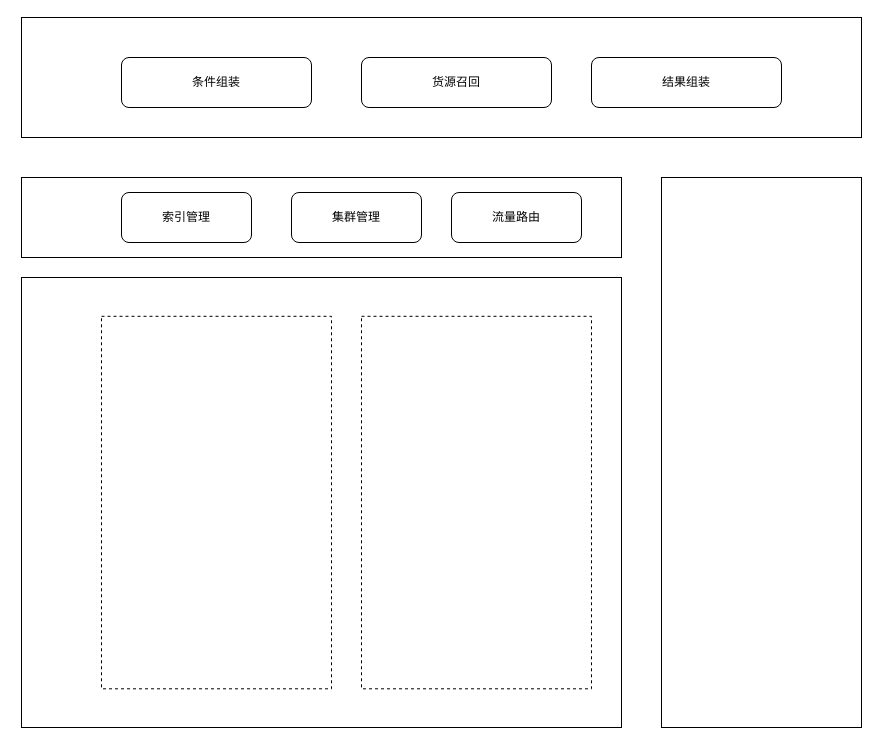
Before: page "第 2 页" (2 of 2) of drawio/ES架构.drawio in 1715277231/documents, a draw.io diagram. Source tidied: cells renumbered, new cells numbered last; positions are measured from the earlier drawing's top-left corner, leaving out a move shared by most shapes. Both pictures are drawn from the tidied source at 100%, with x=0, y=0 at pixel (21, 17).
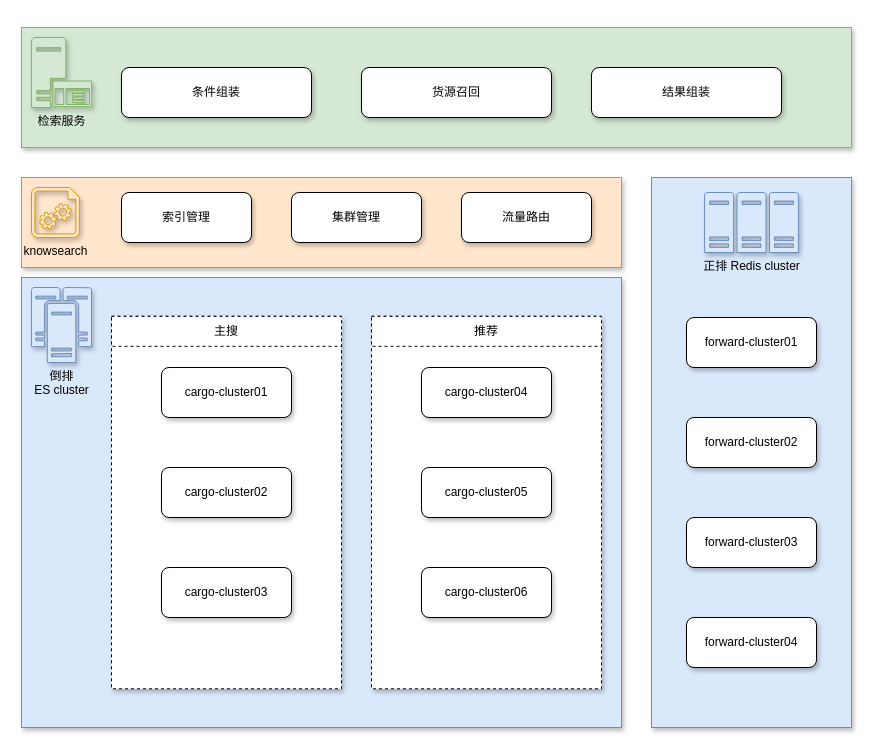
The same page after the edit.

Change to the diagram source:
```diff
@@
-    <mxCell id="2" style="rounded=0;whiteSpace=wrap;html=1;" parent="1" vertex="1">
-      <mxGeometry width="840" height="120" as="geometry" />
+    <mxCell id="2" style="rounded=0;whiteSpace=wrap;html=1;shadow=1;fillColor=#d5e8d4;strokeColor=#82b366;" parent="1" vertex="1">
+      <mxGeometry y="10" width="830" height="120" as="geometry" />
     </mxCell>
-    <mxCell id="3" style="rounded=0;whiteSpace=wrap;html=1;" parent="1" vertex="1">
+    <mxCell id="3" style="rounded=0;whiteSpace=wrap;html=1;shadow=1;fillColor=#dae8fc;strokeColor=#6c8ebf;" parent="1" vertex="1">
       <mxGeometry y="260" width="600" height="450" as="geometry" />
     </mxCell>
-    <mxCell id="4" style="rounded=0;whiteSpace=wrap;html=1;" parent="1" vertex="1">
-      <mxGeometry x="640" y="160" width="200" height="550" as="geometry" />
+    <mxCell id="4" style="rounded=0;whiteSpace=wrap;html=1;shadow=1;fillColor=#dae8fc;strokeColor=#6c8ebf;" parent="1" vertex="1">
+      <mxGeometry x="630" y="160" width="200" height="550" as="geometry" />
     </mxCell>
-    <mxCell id="5" style="rounded=0;whiteSpace=wrap;html=1;" parent="1" vertex="1">
-      <mxGeometry y="160" width="600" height="80" as="geometry" />
+    <mxCell id="5" style="rounded=0;whiteSpace=wrap;html=1;shadow=1;fillColor=#ffe6cc;strokeColor=#d79b00;" parent="1" vertex="1">
+      <mxGeometry y="160" width="600" height="90" as="geometry" />
     </mxCell>
-    <mxCell id="6" value="集群管理" style="rounded=1;whiteSpace=wrap;html=1;" parent="1" vertex="1">
+    <mxCell id="6" value="集群管理" style="rounded=1;whiteSpace=wrap;html=1;shadow=1;" parent="1" vertex="1">
       <mxGeometry x="270" y="175" width="130" height="50" as="geometry" />
     </mxCell>
-    <mxCell id="7" value="流量路由" style="rounded=1;whiteSpace=wrap;html=1;" parent="1" vertex="1">
-      <mxGeometry x="430" y="175" width="130" height="50" as="geometry" />
+    <mxCell id="7" value="流量路由" style="rounded=1;whiteSpace=wrap;html=1;shadow=1;" parent="1" vertex="1">
+      <mxGeometry x="440" y="175" width="130" height="50" as="geometry" />
     </mxCell>
-    <mxCell id="8" style="rounded=0;whiteSpace=wrap;html=1;dashed=1;" parent="1" vertex="1">
-      <mxGeometry x="80" y="298.8" width="230" height="372.5" as="geometry" />
+    <mxCell id="8" style="rounded=0;whiteSpace=wrap;html=1;dashed=1;shadow=1;" parent="1" vertex="1">
+      <mxGeometry x="90" y="298.8" width="230" height="372.5" as="geometry" />
     </mxCell>
-    <mxCell id="9" style="rounded=0;whiteSpace=wrap;html=1;dashed=1;" parent="1" vertex="1">
-      <mxGeometry x="340" y="298.8" width="230" height="372.5" as="geometry" />
+    <mxCell id="9" style="rounded=0;whiteSpace=wrap;html=1;dashed=1;shadow=1;" parent="1" vertex="1">
+      <mxGeometry x="350" y="298.8" width="230" height="372.5" as="geometry" />
     </mxCell>
-    <mxCell id="10" value="条件组装" style="rounded=1;whiteSpace=wrap;html=1;" parent="1" vertex="1">
-      <mxGeometry x="100" y="40" width="190" height="50" as="geometry" />
+    <mxCell id="10" value="条件组装" style="rounded=1;whiteSpace=wrap;html=1;shadow=1;" parent="1" vertex="1">
+      <mxGeometry x="100" y="50" width="190" height="50" as="geometry" />
     </mxCell>
-    <mxCell id="11" value="索引管理" style="rounded=1;whiteSpace=wrap;html=1;" parent="1" vertex="1">
+    <mxCell id="11" value="索引管理" style="rounded=1;whiteSpace=wrap;html=1;shadow=1;" parent="1" vertex="1">
       <mxGeometry x="100" y="175" width="130" height="50" as="geometry" />
     </mxCell>
-    <mxCell id="12" value="货源召回" style="rounded=1;whiteSpace=wrap;html=1;" parent="1" vertex="1">
-      <mxGeometry x="340" y="40" width="190" height="50" as="geometry" />
+    <mxCell id="12" value="货源召回" style="rounded=1;whiteSpace=wrap;html=1;shadow=1;" parent="1" vertex="1">
+      <mxGeometry x="340" y="50" width="190" height="50" as="geometry" />
     </mxCell>
-    <mxCell id="13" value="结果组装" style="rounded=1;whiteSpace=wrap;html=1;" parent="1" vertex="1">
-      <mxGeometry x="570" y="40" width="190" height="50" as="geometry" />
+    <mxCell id="13" value="结果组装" style="rounded=1;whiteSpace=wrap;html=1;shadow=1;" parent="1" vertex="1">
+      <mxGeometry x="570" y="50" width="190" height="50" as="geometry" />
     </mxCell>
+    <mxCell id="14" value="cargo-cluster01" style="rounded=1;whiteSpace=wrap;html=1;shadow=1;" parent="1" vertex="1">
+      <mxGeometry x="140" y="350" width="130" height="50" as="geometry" />
+    </mxCell>
+    <mxCell id="15" value="cargo-cluster02" style="rounded=1;whiteSpace=wrap;html=1;shadow=1;" parent="1" vertex="1">
+      <mxGeometry x="140" y="450" width="130" height="50" as="geometry" />
+    </mxCell>
+    <mxCell id="16" value="cargo-cluster03" style="rounded=1;whiteSpace=wrap;html=1;shadow=1;" parent="1" vertex="1">
+      <mxGeometry x="140" y="550" width="130" height="50" as="geometry" />
+    </mxCell>
+    <mxCell id="17" value="cargo-cluster04" style="rounded=1;whiteSpace=wrap;html=1;shadow=1;" parent="1" vertex="1">
+      <mxGeometry x="400" y="350" width="130" height="50" as="geometry" />
+    </mxCell>
+    <mxCell id="18" value="cargo-cluster05" style="rounded=1;whiteSpace=wrap;html=1;shadow=1;" parent="1" vertex="1">
+      <mxGeometry x="400" y="450" width="130" height="50" as="geometry" />
+    </mxCell>
+    <mxCell id="19" value="cargo-cluster06" style="rounded=1;whiteSpace=wrap;html=1;shadow=1;" parent="1" vertex="1">
+      <mxGeometry x="400" y="550" width="130" height="50" as="geometry" />
+    </mxCell>
+    <mxCell id="20" value="主搜" style="rounded=0;whiteSpace=wrap;html=1;dashed=1;shadow=0;glass=0;gradientColor=none;" parent="1" vertex="1">
+      <mxGeometry x="90" y="298.8" width="230" height="30" as="geometry" />
+    </mxCell>
+    <mxCell id="21" value="推荐" style="rounded=0;whiteSpace=wrap;html=1;dashed=1;shadow=0;" parent="1" vertex="1">
+      <mxGeometry x="350" y="298.8" width="230" height="30" as="geometry" />
+    </mxCell>
+    <mxCell id="22" value="倒排&lt;div&gt;ES cluster&lt;/div&gt;" style="sketch=0;shadow=1;dashed=0;html=1;strokeColor=#6c8ebf;labelPosition=center;verticalLabelPosition=bottom;verticalAlign=top;align=center;fillColor=#dae8fc;shape=mxgraph.mscae.enterprise.cluster_server;" parent="1" vertex="1">
+      <mxGeometry x="10" y="270" width="60" height="75" as="geometry" />
+    </mxCell>
+    <mxCell id="23" value="检索服务" style="sketch=0;shadow=1;dashed=0;html=1;strokeColor=#82b366;labelPosition=center;verticalLabelPosition=bottom;verticalAlign=top;align=center;fillColor=#d5e8d4;shape=mxgraph.mscae.enterprise.application_server;" parent="1" vertex="1">
+      <mxGeometry x="10" y="20" width="60.2" height="70" as="geometry" />
+    </mxCell>
+    <mxCell id="24" value="knowsearch" style="sketch=0;shadow=1;dashed=0;html=1;strokeColor=#d79b00;labelPosition=center;verticalLabelPosition=bottom;verticalAlign=top;align=center;shape=mxgraph.azure.startup_task;fillColor=#ffe6cc;" parent="1" vertex="1">
+      <mxGeometry x="10" y="170" width="48" height="50" as="geometry" />
+    </mxCell>
+    <mxCell id="25" value="正排 Redis cluster" style="sketch=0;shadow=1;dashed=0;html=1;strokeColor=#6c8ebf;labelPosition=center;verticalLabelPosition=bottom;verticalAlign=top;align=center;fillColor=#dae8fc;shape=mxgraph.mscae.enterprise.server_farm;" parent="1" vertex="1">
+      <mxGeometry x="683.1" y="175" width="93.8" height="60" as="geometry" />
+    </mxCell>
+    <mxCell id="26" value="forward-cluster01" style="rounded=1;whiteSpace=wrap;html=1;shadow=1;" parent="1" vertex="1">
+      <mxGeometry x="665" y="300" width="130" height="50" as="geometry" />
+    </mxCell>
+    <mxCell id="27" value="forward-cluster02" style="rounded=1;whiteSpace=wrap;html=1;shadow=1;" parent="1" vertex="1">
+      <mxGeometry x="665" y="400" width="130" height="50" as="geometry" />
+    </mxCell>
+    <mxCell id="28" value="forward-cluster03" style="rounded=1;whiteSpace=wrap;html=1;shadow=1;" parent="1" vertex="1">
+      <mxGeometry x="665" y="500" width="130" height="50" as="geometry" />
+    </mxCell>
+    <mxCell id="29" value="forward-cluster04" style="rounded=1;whiteSpace=wrap;html=1;shadow=1;" parent="1" vertex="1">
+      <mxGeometry x="665" y="600" width="130" height="50" as="geometry" />
+    </mxCell>
```
